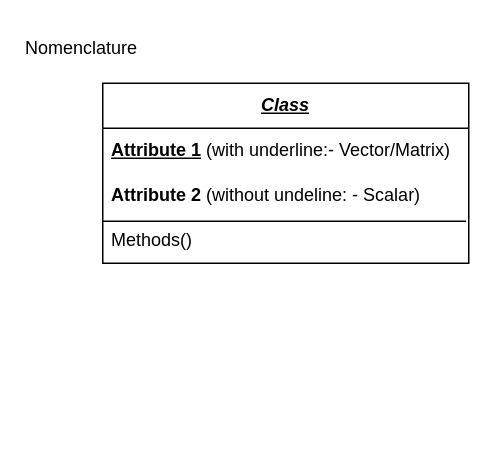
okolekar/PPP keeps this draw.io diagram as Class_intro.drawio. Above is the earlier version. Source tidied: cells renumbered, new cells numbered last; positions are measured from the earlier drawing's top-left corner, leaving out a move shared by most shapes. Both pictures are drawn from the tidied source at 150%, with x=0, y=0 at pixel (36, 26).
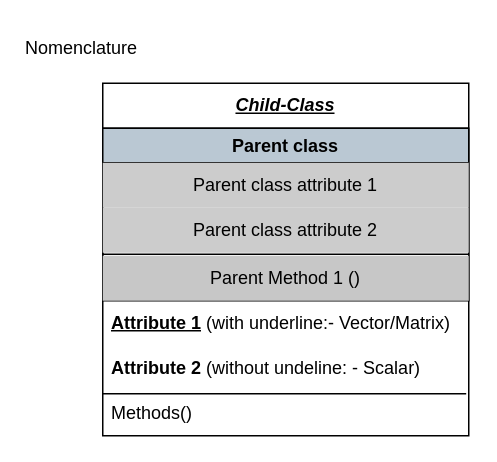
The same diagram, later.

What changed in the source:
```diff
@@
 <mxGraphModel>
   <root>
     <mxCell id="0" />
     <mxCell id="1" parent="0" />
-    <mxCell id="2" value="&lt;b&gt;&lt;i&gt;&lt;u&gt;Class&lt;/u&gt;&lt;/i&gt;&lt;/b&gt;" style="swimlane;fontStyle=0;horizontal=1;startSize=30;whiteSpace=wrap;html=1;" parent="1" vertex="1">
-      <mxGeometry x="44" y="38" width="244" height="120" as="geometry" />
+    <mxCell id="2" value="&lt;b&gt;&lt;i&gt;&lt;u&gt;Child-Class&lt;/u&gt;&lt;/i&gt;&lt;/b&gt;" style="swimlane;fontStyle=0;horizontal=1;startSize=30;whiteSpace=wrap;html=1;" parent="1" vertex="1">
+      <mxGeometry x="44" y="38" width="244" height="235" as="geometry" />
     </mxCell>
+    <mxCell id="8" value="Parent class" style="swimlane;labelBackgroundColor=#BAC8D3;fontColor=default;fillColor=#BAC8D3;" parent="2" vertex="1">
+      <mxGeometry y="30" width="244" height="115" as="geometry" />
+    </mxCell>
+    <mxCell id="9" value="Parent class attribute 2" style="text;html=1;strokeColor=none;fillColor=#CCCCCC;align=center;verticalAlign=middle;whiteSpace=wrap;rounded=0;" parent="8" vertex="1">
+      <mxGeometry y="53" width="244" height="30" as="geometry" />
+    </mxCell>
+    <mxCell id="10" value="Parent Method 1 ()" style="text;html=1;strokeColor=none;fillColor=#C7C7C7;align=center;verticalAlign=middle;whiteSpace=wrap;rounded=0;" parent="8" vertex="1">
+      <mxGeometry y="85" width="244" height="30" as="geometry" />
+    </mxCell>
+    <mxCell id="11" style="endArrow=none;html=1;rounded=0;exitX=0;exitY=0;exitDx=0;exitDy=0;entryX=1;entryY=0;entryDx=0;entryDy=0;" parent="8" edge="1">
+      <mxGeometry relative="1" as="geometry">
+        <mxPoint y="84" as="sourcePoint" />
+        <mxPoint x="244" y="84" as="targetPoint" />
+      </mxGeometry>
+    </mxCell>
+    <mxCell id="12" value="Parent class attribute 1" style="text;html=1;strokeColor=none;fillColor=#CCCCCC;align=center;verticalAlign=middle;whiteSpace=wrap;rounded=0;" parent="8" vertex="1">
+      <mxGeometry y="23" width="244" height="30" as="geometry" />
+    </mxCell>
     <mxCell id="3" value="&lt;u&gt;&lt;b&gt;Attribute 1&lt;/b&gt;&lt;/u&gt;&amp;nbsp;(with underline:- Vector/Matrix)" style="text;strokeColor=none;fillColor=none;align=left;verticalAlign=middle;spacingLeft=4;spacingRight=4;overflow=hidden;whiteSpace=wrap;html=1;" parent="2" vertex="1">
-      <mxGeometry y="30" width="244" height="30" as="geometry" />
+      <mxGeometry y="145" width="244" height="30" as="geometry" />
     </mxCell>
     <mxCell id="4" value="&lt;b&gt;Attribute 2 &lt;/b&gt;(without undeline: - Scalar)" style="text;strokeColor=none;fillColor=none;align=left;verticalAlign=middle;spacingLeft=4;spacingRight=4;overflow=hidden;whiteSpace=wrap;html=1;" parent="2" vertex="1">
-      <mxGeometry y="60" width="244" height="30" as="geometry" />
+      <mxGeometry y="175" width="244" height="30" as="geometry" />
     </mxCell>
     <mxCell id="5" value="Methods()" style="text;strokeColor=none;fillColor=none;align=left;verticalAlign=middle;spacingLeft=4;spacingRight=4;overflow=hidden;points=[[0,0.5],[1,0.5]];portConstraint=eastwest;whiteSpace=wrap;html=1;" parent="2" vertex="1">
-      <mxGeometry y="90" width="244" height="30" as="geometry" />
+      <mxGeometry y="205" width="244" height="30" as="geometry" />
     </mxCell>
     <mxCell id="6" style="endArrow=none;html=1;rounded=0;exitX=-0.001;exitY=0.067;exitDx=0;exitDy=0;exitPerimeter=0;entryX=0.993;entryY=0.067;entryDx=0;entryDy=0;entryPerimeter=0;" parent="2" edge="1" source="5" target="5">
       <mxGeometry relative="1" as="geometry" />
     </mxCell>
     <mxCell id="7" value="Nomenclature" style="text;html=1;strokeColor=none;fillColor=none;align=center;verticalAlign=middle;whiteSpace=wrap;rounded=0;" parent="1" vertex="1">
       <mxGeometry width="60" height="30" as="geometry" />
     </mxCell>
   </root>
 </mxGraphModel>
```
